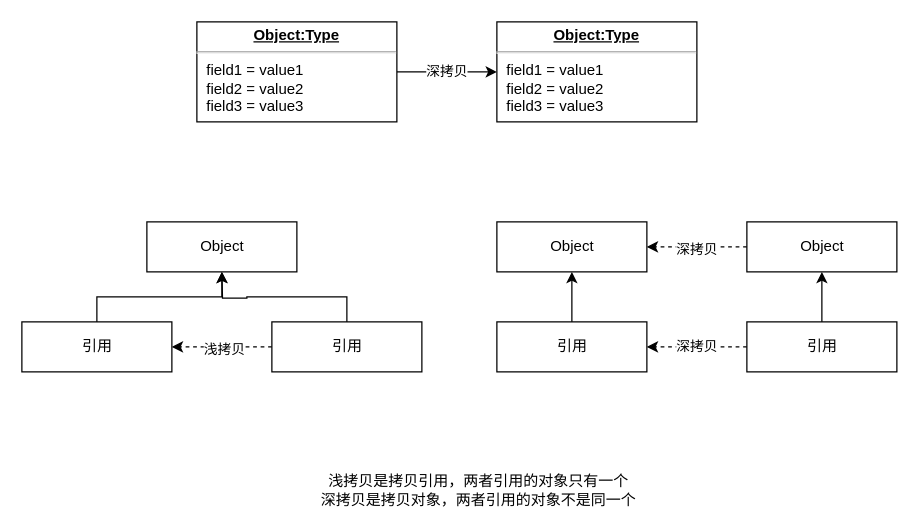
This is page "原型模式" (5 of 8) of 设计模式.drawio from wubinglong9716/NoteBook, a draw.io file, before an edit. Source tidied: cells renumbered, new cells numbered last; positions are measured from the earlier drawing's top-left corner, leaving out a move shared by most shapes. Both pictures are drawn from the tidied source at 125%, with x=0, y=0 at pixel (21, 21).
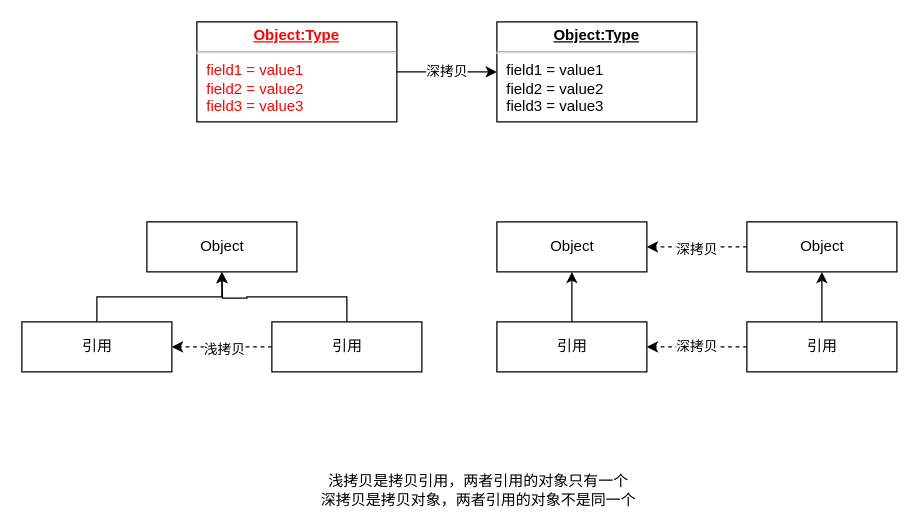
After the change.

The edit, as a diff of the source:
```diff
@@
-    <mxCell id="20" value="&lt;p style=&quot;margin:0px;margin-top:4px;text-align:center;text-decoration:underline;&quot;&gt;&lt;b&gt;Object:Type&lt;/b&gt;&lt;/p&gt;&lt;hr/&gt;&lt;p style=&quot;margin:0px;margin-left:8px;&quot;&gt;field1 = value1&lt;br/&gt;field2 = value2&lt;br&gt;field3 = value3&lt;/p&gt;" style="verticalAlign=top;align=left;overflow=fill;fontSize=12;fontFamily=Helvetica;html=1;fontColor=#000000;" parent="1" vertex="1">
+    <mxCell id="20" value="&lt;p style=&quot;margin:0px;margin-top:4px;text-align:center;text-decoration:underline;&quot;&gt;&lt;b&gt;Object:Type&lt;/b&gt;&lt;/p&gt;&lt;hr&gt;&lt;p style=&quot;margin:0px;margin-left:8px;&quot;&gt;field1 = value1&lt;br&gt;field2 = value2&lt;br&gt;field3 = value3&lt;/p&gt;" style="verticalAlign=top;align=left;overflow=fill;fontSize=12;fontFamily=Helvetica;html=1;fontColor=#FF0000;" parent="1" vertex="1">
       <mxGeometry x="140" width="160" height="80" as="geometry" />
     </mxCell>
```
